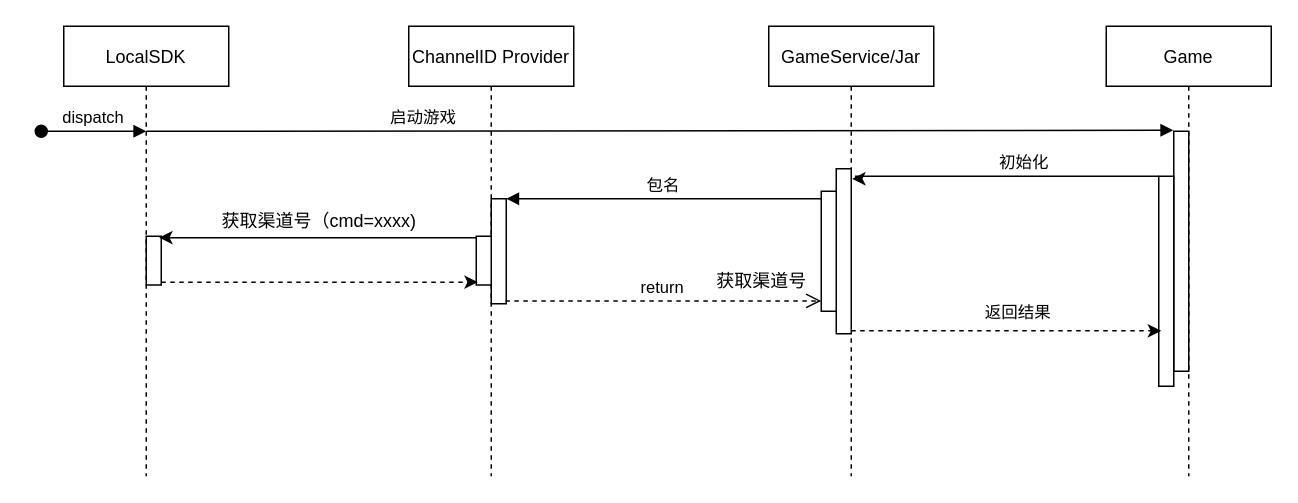
rangerTao/DrawBackup keeps this draw.io diagram as virtual_channel.drawio. Above is the earlier version. Source tidied: cells renumbered, new cells numbered last; positions are measured from the earlier drawing's top-left corner, leaving out a move shared by most shapes. Both pictures are drawn from the tidied source at 150%, with x=0, y=0 at pixel (40, 26).
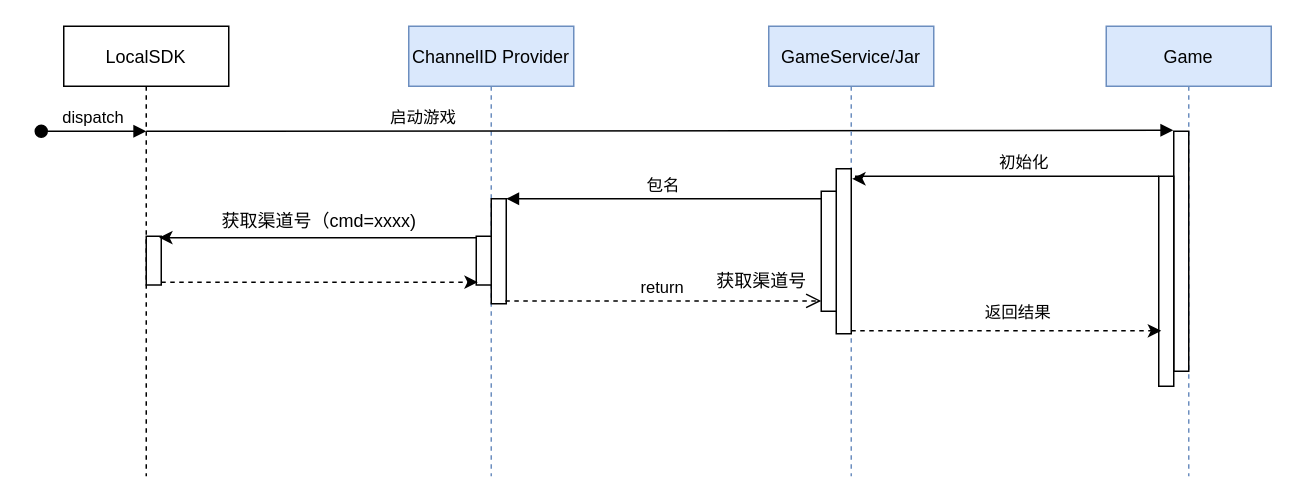
The same diagram, later.

The edit, as a diff of the source:
```diff
@@
-    <mxCell id="5" value="ChannelID Provider" style="shape=umlLifeline;perimeter=lifelinePerimeter;rounded=0;shadow=0;strokeWidth=1;" parent="1" vertex="1">
+    <mxCell id="5" value="ChannelID Provider" style="shape=umlLifeline;perimeter=lifelinePerimeter;rounded=0;shadow=0;strokeWidth=1;fillColor=#dae8fc;strokeColor=#6c8ebf;" parent="1" vertex="1">
       <mxGeometry x="245" width="110" height="300" as="geometry" />
     </mxCell>
@@
-    <mxCell id="9" value="GameService/Jar" style="shape=umlLifeline;perimeter=lifelinePerimeter;rounded=0;shadow=0;strokeWidth=1;" parent="1" vertex="1">
+    <mxCell id="9" value="GameService/Jar" style="shape=umlLifeline;perimeter=lifelinePerimeter;rounded=0;shadow=0;strokeWidth=1;fillColor=#dae8fc;strokeColor=#6c8ebf;" parent="1" vertex="1">
       <mxGeometry x="485" width="110" height="300" as="geometry" />
     </mxCell>
@@
-    <mxCell id="18" value="Game" style="shape=umlLifeline;perimeter=lifelinePerimeter;rounded=0;shadow=0;strokeWidth=1;" parent="1" vertex="1">
+    <mxCell id="18" value="Game" style="shape=umlLifeline;perimeter=lifelinePerimeter;rounded=0;shadow=0;strokeWidth=1;fillColor=#dae8fc;strokeColor=#6c8ebf;" parent="1" vertex="1">
       <mxGeometry x="710" width="110" height="300" as="geometry" />
     </mxCell>
```
